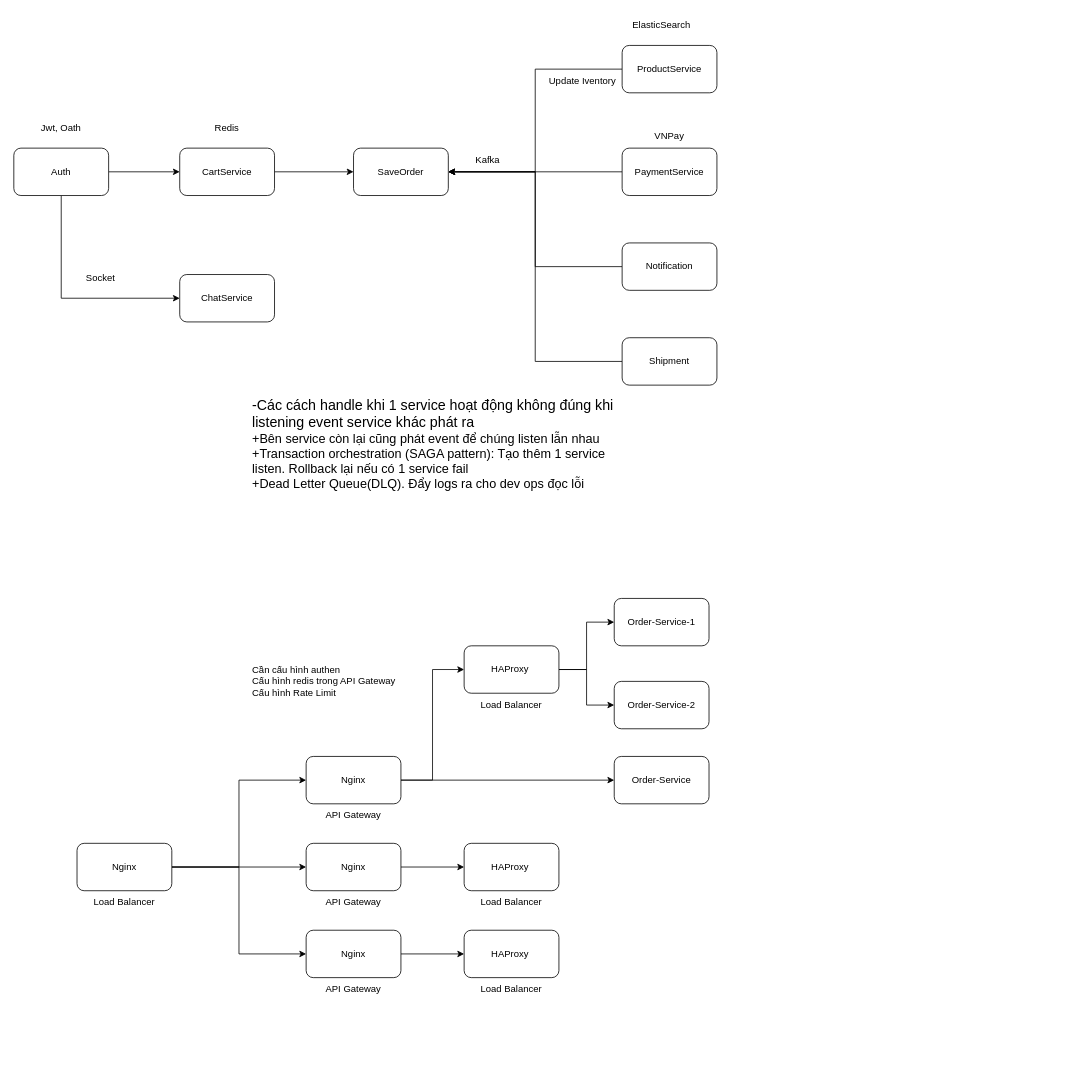
kientt265/-web2-e-commerce-microservices keeps this draw.io diagram as diagram_flow.drawio. Above is the earlier version. Source tidied: cells renumbered, new cells numbered last; positions are measured from the earlier drawing's top-left corner, leaving out a move shared by most shapes. Both pictures are drawn from the tidied source at 79%, with x=0, y=0 at pixel (13, 13).
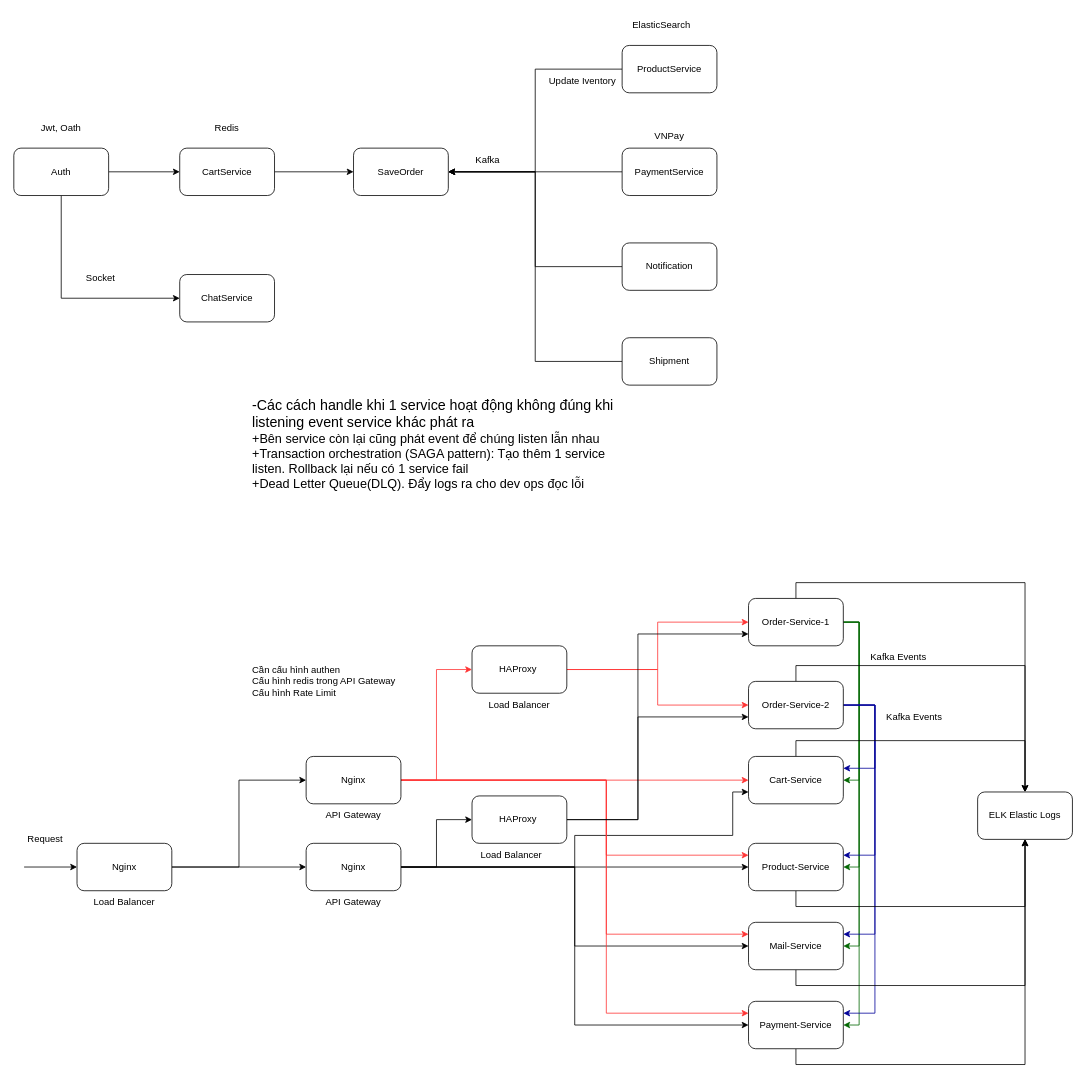
The same diagram, later.

Commit message (it also covers changes not shown here):
docs: update system architecture diagram and README

- Add flow_diagram.png to front/public directory
- Include diagram reference in README.markdown
- Update diagram_flow.drawio with expanded architecture details including:
  - Additional services (Product, Mail, Payment)
  - Load balancer configurations
  - Kafka event flows
  - ELK logging integration

Unchanged cells that the change refers to:
```xml
<mxCell id="28" value="Nginx" style="rounded=1;whiteSpace=wrap;html=1;" parent="1" vertex="1">
  <mxGeometry x="80" y="1050" width="120" height="60" as="geometry" />
</mxCell>
<mxCell id="30" value="Nginx" style="rounded=1;whiteSpace=wrap;html=1;" parent="1" vertex="1">
  <mxGeometry x="370" y="1050" width="120" height="60" as="geometry" />
</mxCell>
<mxCell id="33" value="Nginx" style="rounded=1;whiteSpace=wrap;html=1;" parent="1" vertex="1">
  <mxGeometry x="370" y="940" width="120" height="60" as="geometry" />
</mxCell>
```

What changed in the source:
```diff
@@
-    <mxCell id="27" style="edgeStyle=orthogonalEdgeStyle;rounded=0;jettySize=auto;html=1;exitX=1;exitY=0.5;exitDx=0;exitDy=0;entryX=0;entryY=0.5;entryDx=0;entryDy=0;" parent="1" edge="1" source="28" target="35">
-      <mxGeometry relative="1" as="geometry" />
-    </mxCell>
@@
+    <mxCell id="52" style="edgeStyle=orthogonalEdgeStyle;rounded=0;jettySize=auto;html=1;exitX=1;exitY=0.5;exitDx=0;exitDy=0;entryX=0;entryY=0.75;entryDx=0;entryDy=0;" parent="1" edge="1" source="30" target="50">
+      <mxGeometry relative="1" as="geometry">
+        <Array as="points">
+          <mxPoint x="710" y="1080" />
+          <mxPoint x="710" y="1040" />
+          <mxPoint x="910" y="1040" />
+          <mxPoint x="910" y="985" />
+        </Array>
+      </mxGeometry>
+    </mxCell>
+    <mxCell id="53" style="edgeStyle=orthogonalEdgeStyle;rounded=0;jettySize=auto;html=1;exitX=1;exitY=0.5;exitDx=0;exitDy=0;entryX=0;entryY=0.5;entryDx=0;entryDy=0;" parent="1" edge="1" source="30" target="77">
+      <mxGeometry relative="1" as="geometry" />
+    </mxCell>
+    <mxCell id="54" style="edgeStyle=orthogonalEdgeStyle;rounded=0;jettySize=auto;html=1;exitX=1;exitY=0.5;exitDx=0;exitDy=0;entryX=0;entryY=0.5;entryDx=0;entryDy=0;" parent="1" edge="1" source="30" target="79">
+      <mxGeometry relative="1" as="geometry" />
+    </mxCell>
+    <mxCell id="55" style="edgeStyle=orthogonalEdgeStyle;rounded=0;jettySize=auto;html=1;exitX=1;exitY=0.5;exitDx=0;exitDy=0;" parent="1" edge="1" source="30" target="75">
+      <mxGeometry relative="1" as="geometry" />
+    </mxCell>
@@
-    <mxCell id="31" style="edgeStyle=orthogonalEdgeStyle;rounded=0;jettySize=auto;html=1;exitX=1;exitY=0.5;exitDx=0;exitDy=0;entryX=0;entryY=0.5;entryDx=0;entryDy=0;" parent="1" edge="1" source="33" target="38">
+    <mxCell id="31" style="edgeStyle=orthogonalEdgeStyle;rounded=0;jettySize=auto;html=1;exitX=1;exitY=0.5;exitDx=0;exitDy=0;entryX=0;entryY=0.5;entryDx=0;entryDy=0;strokeColor=#FF3333;" parent="1" edge="1" source="33" target="38">
       <mxGeometry relative="1" as="geometry" />
     </mxCell>
-    <mxCell id="32" style="edgeStyle=orthogonalEdgeStyle;rounded=0;jettySize=auto;html=1;exitX=1;exitY=0.5;exitDx=0;exitDy=0;entryX=0;entryY=0.5;entryDx=0;entryDy=0;" parent="1" edge="1" source="33" target="50">
+    <mxCell id="32" style="edgeStyle=orthogonalEdgeStyle;rounded=0;jettySize=auto;html=1;exitX=1;exitY=0.5;exitDx=0;exitDy=0;entryX=0;entryY=0.5;entryDx=0;entryDy=0;strokeColor=#FF3333;" parent="1" edge="1" source="33" target="50">
       <mxGeometry relative="1" as="geometry" />
     </mxCell>
+    <mxCell id="56" style="edgeStyle=orthogonalEdgeStyle;rounded=0;jettySize=auto;html=1;exitX=1;exitY=0.5;exitDx=0;exitDy=0;entryX=0;entryY=0.25;entryDx=0;entryDy=0;strokeColor=#FF3333;" parent="1" edge="1" source="33" target="75">
+      <mxGeometry relative="1" as="geometry">
+        <Array as="points">
+          <mxPoint x="750" y="970" />
+          <mxPoint x="750" y="1065" />
+        </Array>
+      </mxGeometry>
+    </mxCell>
+    <mxCell id="57" style="edgeStyle=orthogonalEdgeStyle;rounded=0;jettySize=auto;html=1;exitX=1;exitY=0.5;exitDx=0;exitDy=0;entryX=0;entryY=0.25;entryDx=0;entryDy=0;strokeColor=#FF3333;" parent="1" edge="1" source="33" target="77">
+      <mxGeometry relative="1" as="geometry">
+        <Array as="points">
+          <mxPoint x="750" y="970" />
+          <mxPoint x="750" y="1165" />
+        </Array>
+      </mxGeometry>
+    </mxCell>
+    <mxCell id="58" style="edgeStyle=orthogonalEdgeStyle;rounded=0;jettySize=auto;html=1;exitX=1;exitY=0.5;exitDx=0;exitDy=0;entryX=0;entryY=0.25;entryDx=0;entryDy=0;strokeColor=#FF3333;" parent="1" edge="1" source="33" target="79">
+      <mxGeometry relative="1" as="geometry">
+        <Array as="points">
+          <mxPoint x="750" y="970" />
+          <mxPoint x="750" y="1265" />
+        </Array>
+      </mxGeometry>
+    </mxCell>
@@
-    <mxCell id="34" style="edgeStyle=orthogonalEdgeStyle;rounded=0;jettySize=auto;html=1;exitX=1;exitY=0.5;exitDx=0;exitDy=0;entryX=0;entryY=0.5;entryDx=0;entryDy=0;" parent="1" edge="1" source="35" target="40">
-      <mxGeometry relative="1" as="geometry" />
-    </mxCell>
-    <mxCell id="35" value="Nginx" style="rounded=1;whiteSpace=wrap;html=1;" parent="1" vertex="1">
-      <mxGeometry x="370" y="1160" width="120" height="60" as="geometry" />
-    </mxCell>
-    <mxCell id="36" style="edgeStyle=orthogonalEdgeStyle;rounded=0;jettySize=auto;html=1;exitX=1;exitY=0.5;exitDx=0;exitDy=0;entryX=0;entryY=0.5;entryDx=0;entryDy=0;" parent="1" edge="1" source="38" target="48">
+    <mxCell id="36" style="edgeStyle=orthogonalEdgeStyle;rounded=0;jettySize=auto;html=1;exitX=1;exitY=0.5;exitDx=0;exitDy=0;entryX=0;entryY=0.5;entryDx=0;entryDy=0;strokeColor=#FF3333;" parent="1" edge="1" source="38" target="48">
       <mxGeometry relative="1" as="geometry" />
     </mxCell>
-    <mxCell id="37" style="edgeStyle=orthogonalEdgeStyle;rounded=0;jettySize=auto;html=1;exitX=1;exitY=0.5;exitDx=0;exitDy=0;entryX=0;entryY=0.5;entryDx=0;entryDy=0;" parent="1" edge="1" source="38" target="49">
+    <mxCell id="37" style="edgeStyle=orthogonalEdgeStyle;rounded=0;jettySize=auto;html=1;exitX=1;exitY=0.5;exitDx=0;exitDy=0;entryX=0;entryY=0.5;entryDx=0;entryDy=0;strokeColor=#FF3333;" parent="1" edge="1" source="38" target="49">
       <mxGeometry relative="1" as="geometry" />
     </mxCell>
     <mxCell id="38" value="HAProxy&amp;nbsp;" style="rounded=1;whiteSpace=wrap;html=1;" parent="1" vertex="1">
-      <mxGeometry x="570" y="800" width="120" height="60" as="geometry" />
+      <mxGeometry x="580" y="800" width="120" height="60" as="geometry" />
     </mxCell>
+    <mxCell id="59" style="edgeStyle=orthogonalEdgeStyle;rounded=0;jettySize=auto;html=1;exitX=1;exitY=0.5;exitDx=0;exitDy=0;entryX=0;entryY=0.75;entryDx=0;entryDy=0;" parent="1" edge="1" source="39" target="49">
+      <mxGeometry relative="1" as="geometry">
+        <Array as="points">
+          <mxPoint x="790" y="1020" />
+          <mxPoint x="790" y="890" />
+        </Array>
+      </mxGeometry>
+    </mxCell>
+    <mxCell id="60" style="edgeStyle=orthogonalEdgeStyle;rounded=0;jettySize=auto;html=1;exitX=1;exitY=0.5;exitDx=0;exitDy=0;entryX=0;entryY=0.75;entryDx=0;entryDy=0;" parent="1" edge="1" source="39" target="48">
+      <mxGeometry relative="1" as="geometry">
+        <Array as="points">
+          <mxPoint x="790" y="1020" />
+          <mxPoint x="790" y="785" />
+        </Array>
+      </mxGeometry>
+    </mxCell>
     <mxCell id="39" value="HAProxy&amp;nbsp;" style="rounded=1;whiteSpace=wrap;html=1;" parent="1" vertex="1">
-      <mxGeometry x="570" y="1050" width="120" height="60" as="geometry" />
+      <mxGeometry x="580" y="990" width="120" height="60" as="geometry" />
     </mxCell>
-    <mxCell id="40" value="HAProxy&amp;nbsp;" style="rounded=1;whiteSpace=wrap;html=1;" parent="1" vertex="1">
-      <mxGeometry x="570" y="1160" width="120" height="60" as="geometry" />
-    </mxCell>
@@
     <mxCell id="42" value="Load Balancer" style="text;html=1;align=center;verticalAlign=middle;whiteSpace=wrap;rounded=0;" parent="1" vertex="1">
-      <mxGeometry x="585" y="860" width="90" height="30" as="geometry" />
+      <mxGeometry x="595" y="860" width="90" height="30" as="geometry" />
     </mxCell>
     <mxCell id="43" value="Load Balancer" style="text;html=1;align=center;verticalAlign=middle;whiteSpace=wrap;rounded=0;" parent="1" vertex="1">
-      <mxGeometry x="585" y="1110" width="90" height="30" as="geometry" />
+      <mxGeometry x="585" y="1050" width="90" height="30" as="geometry" />
     </mxCell>
-    <mxCell id="44" value="Load Balancer" style="text;html=1;align=center;verticalAlign=middle;whiteSpace=wrap;rounded=0;" parent="1" vertex="1">
-      <mxGeometry x="585" y="1220" width="90" height="30" as="geometry" />
-    </mxCell>
@@
-    <mxCell id="47" value="API Gateway" style="text;html=1;align=center;verticalAlign=middle;whiteSpace=wrap;rounded=0;" parent="1" vertex="1">
-      <mxGeometry x="390" y="1220" width="80" height="30" as="geometry" />
-    </mxCell>
+    <mxCell id="61" style="edgeStyle=orthogonalEdgeStyle;rounded=0;jettySize=auto;html=1;exitX=1;exitY=0.5;exitDx=0;exitDy=0;entryX=1;entryY=0.5;entryDx=0;entryDy=0;strokeColor=#006600;" parent="1" edge="1" source="48" target="75">
+      <mxGeometry relative="1" as="geometry" />
+    </mxCell>
+    <mxCell id="62" style="edgeStyle=orthogonalEdgeStyle;rounded=0;jettySize=auto;html=1;exitX=1;exitY=0.5;exitDx=0;exitDy=0;entryX=1;entryY=0.5;entryDx=0;entryDy=0;strokeColor=#006600;" parent="1" edge="1" source="48" target="77">
+      <mxGeometry relative="1" as="geometry" />
+    </mxCell>
+    <mxCell id="63" style="edgeStyle=orthogonalEdgeStyle;rounded=0;jettySize=auto;html=1;exitX=1;exitY=0.5;exitDx=0;exitDy=0;entryX=1;entryY=0.5;entryDx=0;entryDy=0;strokeColor=#006600;" parent="1" edge="1" source="48" target="79">
+      <mxGeometry relative="1" as="geometry" />
+    </mxCell>
+    <mxCell id="64" style="edgeStyle=orthogonalEdgeStyle;rounded=0;jettySize=auto;html=1;exitX=1;exitY=0.5;exitDx=0;exitDy=0;entryX=1;entryY=0.5;entryDx=0;entryDy=0;strokeColor=#006600;" parent="1" edge="1" source="48" target="50">
+      <mxGeometry relative="1" as="geometry" />
+    </mxCell>
+    <mxCell id="65" style="edgeStyle=orthogonalEdgeStyle;rounded=0;jettySize=auto;html=1;exitX=0.5;exitY=0;exitDx=0;exitDy=0;" parent="1" edge="1" source="48" target="80">
+      <mxGeometry relative="1" as="geometry" />
+    </mxCell>
     <mxCell id="48" value="Order-Service-1" style="rounded=1;whiteSpace=wrap;html=1;" parent="1" vertex="1">
-      <mxGeometry x="760" y="740" width="120" height="60" as="geometry" />
+      <mxGeometry x="930" y="740" width="120" height="60" as="geometry" />
     </mxCell>
+    <mxCell id="66" style="edgeStyle=orthogonalEdgeStyle;rounded=0;jettySize=auto;html=1;exitX=1;exitY=0.5;exitDx=0;exitDy=0;entryX=1;entryY=0.25;entryDx=0;entryDy=0;strokeColor=#000099;" parent="1" edge="1" source="49" target="50">
+      <mxGeometry relative="1" as="geometry">
+        <Array as="points">
+          <mxPoint x="1090" y="875" />
+          <mxPoint x="1090" y="955" />
+        </Array>
+      </mxGeometry>
+    </mxCell>
+    <mxCell id="67" style="edgeStyle=orthogonalEdgeStyle;rounded=0;jettySize=auto;html=1;exitX=1;exitY=0.5;exitDx=0;exitDy=0;entryX=1;entryY=0.25;entryDx=0;entryDy=0;strokeColor=#000099;" parent="1" edge="1" source="49" target="75">
+      <mxGeometry relative="1" as="geometry">
+        <Array as="points">
+          <mxPoint x="1090" y="875" />
+          <mxPoint x="1090" y="1065" />
+        </Array>
+      </mxGeometry>
+    </mxCell>
+    <mxCell id="68" style="edgeStyle=orthogonalEdgeStyle;rounded=0;jettySize=auto;html=1;exitX=1;exitY=0.5;exitDx=0;exitDy=0;entryX=1;entryY=0.25;entryDx=0;entryDy=0;strokeColor=#000099;" parent="1" edge="1" source="49" target="77">
+      <mxGeometry relative="1" as="geometry">
+        <Array as="points">
+          <mxPoint x="1090" y="875" />
+          <mxPoint x="1090" y="1165" />
+        </Array>
+      </mxGeometry>
+    </mxCell>
+    <mxCell id="69" style="edgeStyle=orthogonalEdgeStyle;rounded=0;jettySize=auto;html=1;exitX=1;exitY=0.5;exitDx=0;exitDy=0;entryX=1;entryY=0.25;entryDx=0;entryDy=0;strokeColor=#000099;" parent="1" edge="1" source="49" target="79">
+      <mxGeometry relative="1" as="geometry">
+        <Array as="points">
+          <mxPoint x="1090" y="875" />
+          <mxPoint x="1090" y="1265" />
+        </Array>
+      </mxGeometry>
+    </mxCell>
+    <mxCell id="70" style="edgeStyle=orthogonalEdgeStyle;rounded=0;jettySize=auto;html=1;exitX=0.5;exitY=0;exitDx=0;exitDy=0;entryX=0.5;entryY=0;entryDx=0;entryDy=0;" parent="1" edge="1" source="49" target="80">
+      <mxGeometry relative="1" as="geometry" />
+    </mxCell>
     <mxCell id="49" value="Order-Service-2" style="rounded=1;whiteSpace=wrap;html=1;" parent="1" vertex="1">
-      <mxGeometry x="760" y="845" width="120" height="60" as="geometry" />
+      <mxGeometry x="930" y="845" width="120" height="60" as="geometry" />
     </mxCell>
+    <mxCell id="71" style="edgeStyle=orthogonalEdgeStyle;rounded=0;jettySize=auto;html=1;exitX=0.5;exitY=0;exitDx=0;exitDy=0;entryX=0.5;entryY=0;entryDx=0;entryDy=0;" parent="1" edge="1" source="50" target="80">
+      <mxGeometry relative="1" as="geometry" />
+    </mxCell>
-    <mxCell id="50" value="Order-Service" style="rounded=1;whiteSpace=wrap;html=1;" parent="1" vertex="1">
-      <mxGeometry x="760" y="940" width="120" height="60" as="geometry" />
+    <mxCell id="50" value="Cart-Service" style="rounded=1;whiteSpace=wrap;html=1;" parent="1" vertex="1">
+      <mxGeometry x="930" y="940" width="120" height="60" as="geometry" />
     </mxCell>
@@
+    <mxCell id="72" style="endArrow=classic;html=1;rounded=0;entryX=0;entryY=0.5;entryDx=0;entryDy=0;exitX=0;exitY=0.5;exitDx=0;exitDy=0;" parent="1" edge="1" target="28">
+      <mxGeometry relative="1" as="geometry">
+        <mxPoint x="13" y="1080" as="sourcePoint" />
+      </mxGeometry>
+    </mxCell>
+    <mxCell id="73" value="Request" style="text;html=1;align=center;verticalAlign=middle;whiteSpace=wrap;rounded=0;" parent="1" vertex="1">
+      <mxGeometry x="10" y="1030" width="60" height="30" as="geometry" />
+    </mxCell>
+    <mxCell id="74" style="edgeStyle=orthogonalEdgeStyle;rounded=0;jettySize=auto;html=1;exitX=0.5;exitY=1;exitDx=0;exitDy=0;entryX=0.5;entryY=1;entryDx=0;entryDy=0;" parent="1" edge="1" source="75" target="80">
+      <mxGeometry relative="1" as="geometry" />
+    </mxCell>
+    <mxCell id="75" value="Product-Service" style="rounded=1;whiteSpace=wrap;html=1;" parent="1" vertex="1">
+      <mxGeometry x="930" y="1050" width="120" height="60" as="geometry" />
+    </mxCell>
+    <mxCell id="76" style="edgeStyle=orthogonalEdgeStyle;rounded=0;jettySize=auto;html=1;exitX=0.5;exitY=1;exitDx=0;exitDy=0;entryX=0.5;entryY=1;entryDx=0;entryDy=0;" parent="1" edge="1" source="77" target="80">
+      <mxGeometry relative="1" as="geometry" />
+    </mxCell>
+    <mxCell id="77" value="Mail-Service" style="rounded=1;whiteSpace=wrap;html=1;" parent="1" vertex="1">
+      <mxGeometry x="930" y="1150" width="120" height="60" as="geometry" />
+    </mxCell>
+    <mxCell id="78" style="edgeStyle=orthogonalEdgeStyle;rounded=0;jettySize=auto;html=1;exitX=0.5;exitY=1;exitDx=0;exitDy=0;entryX=0.5;entryY=1;entryDx=0;entryDy=0;" parent="1" edge="1" source="79" target="80">
+      <mxGeometry relative="1" as="geometry" />
+    </mxCell>
+    <mxCell id="79" value="Payment-Service" style="rounded=1;whiteSpace=wrap;html=1;" parent="1" vertex="1">
+      <mxGeometry x="930" y="1250" width="120" height="60" as="geometry" />
+    </mxCell>
+    <mxCell id="80" value="ELK Elastic Logs" style="rounded=1;whiteSpace=wrap;html=1;" parent="1" vertex="1">
+      <mxGeometry x="1220" y="985" width="120" height="60" as="geometry" />
+    </mxCell>
+    <mxCell id="81" value="Kafka Events" style="text;html=1;align=center;verticalAlign=middle;whiteSpace=wrap;rounded=0;rotation=0;" parent="1" vertex="1">
+      <mxGeometry x="1080" y="800" width="80" height="30" as="geometry" />
+    </mxCell>
+    <mxCell id="82" value="Kafka Events" style="text;html=1;align=center;verticalAlign=middle;whiteSpace=wrap;rounded=0;rotation=0;" parent="1" vertex="1">
+      <mxGeometry x="1100" y="875" width="80" height="30" as="geometry" />
+    </mxCell>
```
